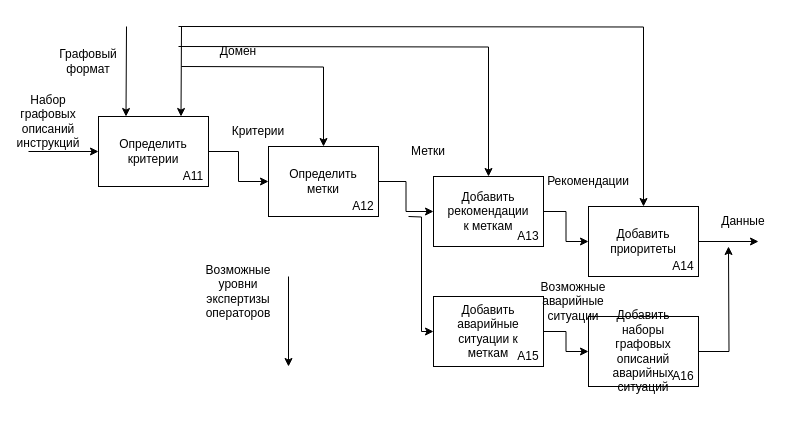
Earlier version of the draw.io diagram report/inc/img/idef_1x.drawio (Jarozin/diplom). Source tidied: cells renumbered, new cells numbered last; positions are measured from the earlier drawing's top-left corner, leaving out a move shared by most shapes. Both pictures are drawn from the tidied source at 100%, with x=0, y=0 at pixel (18, 26).
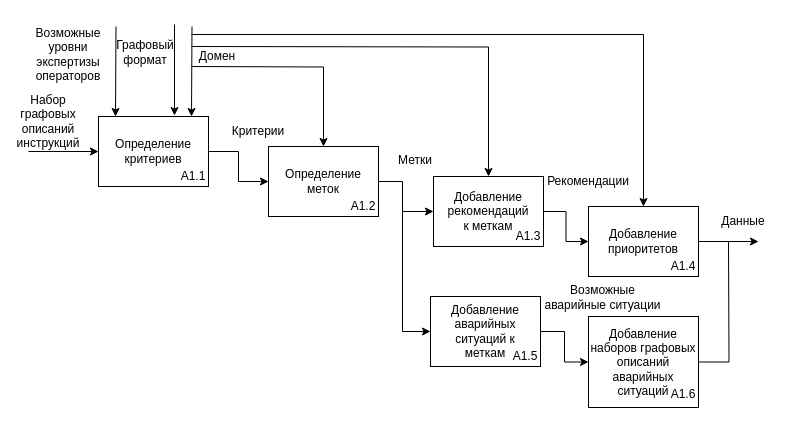
Above is the later version.

The change refers to these unchanged cells:
```xml
<mxCell id="2" style="group;" parent="1" vertex="1">
  <mxGeometry x="250" y="120" width="110" height="70" as="geometry" />
</mxCell>
<mxCell id="3" style="rounded=0;whiteSpace=wrap;html=1;" parent="2" vertex="1">
  <mxGeometry width="110" height="70" as="geometry" />
</mxCell>
<mxCell id="6" style="group;" parent="1" vertex="1">
  <mxGeometry x="80" y="90" width="110" height="70" as="geometry" />
</mxCell>
<mxCell id="7" style="rounded=0;whiteSpace=wrap;html=1;" parent="6" vertex="1">
  <mxGeometry width="110" height="70" as="geometry" />
</mxCell>
<mxCell id="20" style="group;" parent="1" vertex="1">
  <mxGeometry x="415" y="150" width="110" height="70" as="geometry" />
</mxCell>
<mxCell id="21" style="rounded=0;whiteSpace=wrap;html=1;" parent="20" vertex="1">
  <mxGeometry width="110" height="70" as="geometry" />
</mxCell>
<mxCell id="24" style="group;" parent="1" vertex="1">
  <mxGeometry x="570" y="180" width="110" height="70" as="geometry" />
</mxCell>
<mxCell id="25" style="rounded=0;whiteSpace=wrap;html=1;" parent="24" vertex="1">
  <mxGeometry width="110" height="70" as="geometry" />
</mxCell>
<mxCell id="29" style="rounded=0;whiteSpace=wrap;html=1;" parent="28" vertex="1">
  <mxGeometry width="110" height="70" as="geometry" />
</mxCell>
```

Change to the diagram source:
```diff
@@
-    <mxCell id="4" value="Определить метки" style="text;html=1;align=center;verticalAlign=middle;whiteSpace=wrap;rounded=0;" parent="2" vertex="1">
+    <mxCell id="4" value="Определение меток" style="text;html=1;align=center;verticalAlign=middle;whiteSpace=wrap;rounded=0;" parent="2" vertex="1">
       <mxGeometry x="25" y="20" width="60" height="30" as="geometry" />
     </mxCell>
-    <mxCell id="5" value="А12" style="text;html=1;align=center;verticalAlign=middle;whiteSpace=wrap;rounded=0;" parent="2" vertex="1">
+    <mxCell id="5" value="А1.2" style="text;html=1;align=center;verticalAlign=middle;whiteSpace=wrap;rounded=0;" parent="2" vertex="1">
       <mxGeometry x="80" y="50" width="30" height="20" as="geometry" />
     </mxCell>
@@
-    <mxCell id="8" value="Определить критерии" style="text;html=1;align=center;verticalAlign=middle;whiteSpace=wrap;rounded=0;" parent="6" vertex="1">
+    <mxCell id="8" value="Определение критериев" style="text;html=1;align=center;verticalAlign=middle;whiteSpace=wrap;rounded=0;" parent="6" vertex="1">
       <mxGeometry x="25" y="20" width="60" height="30" as="geometry" />
     </mxCell>
-    <mxCell id="9" value="А11" style="text;html=1;align=center;verticalAlign=middle;whiteSpace=wrap;rounded=0;" parent="6" vertex="1">
+    <mxCell id="9" value="А1.&lt;span style=&quot;background-color: transparent; color: light-dark(rgb(0, 0, 0), rgb(255, 255, 255));&quot;&gt;1&lt;/span&gt;" style="text;html=1;align=center;verticalAlign=middle;whiteSpace=wrap;rounded=0;" parent="6" vertex="1">
       <mxGeometry x="80" y="50" width="30" height="20" as="geometry" />
     </mxCell>
@@
     <mxCell id="13" style="endArrow=classic;html=1;rounded=0;exitX=1;exitY=0.5;exitDx=0;exitDy=0;entryX=0;entryY=0.5;entryDx=0;entryDy=0;edgeStyle=orthogonalEdgeStyle;" parent="1" edge="1" source="3" target="21">
-      <mxGeometry relative="1" as="geometry" />
+      <mxGeometry relative="1" as="geometry">
+        <Array as="points">
+          <mxPoint x="384" y="155" />
+          <mxPoint x="384" y="185" />
+        </Array>
+      </mxGeometry>
     </mxCell>
     <mxCell id="14" value="Метки" style="text;html=1;align=center;verticalAlign=middle;whiteSpace=wrap;rounded=0;" parent="1" vertex="1">
-      <mxGeometry x="380" y="110" width="60" height="30" as="geometry" />
+      <mxGeometry x="367" y="119" width="60" height="30" as="geometry" />
     </mxCell>
@@
-    <mxCell id="16" style="endArrow=classic;html=1;rounded=0;entryX=0.25;entryY=0;entryDx=0;entryDy=0;" parent="1" edge="1" target="7">
+    <mxCell id="16" style="endArrow=classic;html=1;rounded=0;entryX=0.25;entryY=0;entryDx=0;entryDy=0;" parent="1" edge="1">
       <mxGeometry relative="1" as="geometry">
-        <mxPoint x="108" as="sourcePoint" />
+        <mxPoint x="97.5" as="sourcePoint" />
+        <mxPoint x="97" y="90" as="targetPoint" />
       </mxGeometry>
     </mxCell>
-    <mxCell id="17" style="endArrow=classic;html=1;rounded=0;entryX=0.75;entryY=0;entryDx=0;entryDy=0;" parent="1" edge="1" target="7">
+    <mxCell id="17" style="endArrow=classic;html=1;rounded=0;entryX=0.75;entryY=0;entryDx=0;entryDy=0;" parent="1" edge="1">
       <mxGeometry relative="1" as="geometry">
-        <mxPoint x="163" as="sourcePoint" />
+        <mxPoint x="173.5" as="sourcePoint" />
+        <mxPoint x="173" y="90" as="targetPoint" />
       </mxGeometry>
     </mxCell>
     <mxCell id="18" value="Графовый формат" style="text;html=1;align=center;verticalAlign=middle;whiteSpace=wrap;rounded=0;" parent="1" vertex="1">
-      <mxGeometry x="40" y="20" width="60" height="30" as="geometry" />
+      <mxGeometry x="97" y="11" width="60" height="29" as="geometry" />
     </mxCell>
     <mxCell id="19" value="Домен" style="text;html=1;align=center;verticalAlign=middle;whiteSpace=wrap;rounded=0;" parent="1" vertex="1">
-      <mxGeometry x="190" y="10" width="60" height="30" as="geometry" />
+      <mxGeometry x="169" y="15" width="60" height="30" as="geometry" />
     </mxCell>
@@
-    <mxCell id="22" value="Добавить рекомендации к меткам" style="text;html=1;align=center;verticalAlign=middle;whiteSpace=wrap;rounded=0;" parent="20" vertex="1">
+    <mxCell id="22" value="Добавление рекомендаций к меткам" style="text;html=1;align=center;verticalAlign=middle;whiteSpace=wrap;rounded=0;" parent="20" vertex="1">
       <mxGeometry x="25" y="20" width="60" height="30" as="geometry" />
     </mxCell>
-    <mxCell id="23" value="А13" style="text;html=1;align=center;verticalAlign=middle;whiteSpace=wrap;rounded=0;" parent="20" vertex="1">
+    <mxCell id="23" value="А1.3" style="text;html=1;align=center;verticalAlign=middle;whiteSpace=wrap;rounded=0;" parent="20" vertex="1">
       <mxGeometry x="80" y="50" width="30" height="20" as="geometry" />
     </mxCell>
@@
-    <mxCell id="26" value="Добавить приоритеты" style="text;html=1;align=center;verticalAlign=middle;whiteSpace=wrap;rounded=0;" parent="24" vertex="1">
+    <mxCell id="26" value="Добавление приоритетов" style="text;html=1;align=center;verticalAlign=middle;whiteSpace=wrap;rounded=0;" parent="24" vertex="1">
       <mxGeometry x="25" y="20" width="60" height="30" as="geometry" />
     </mxCell>
-    <mxCell id="27" value="А14" style="text;html=1;align=center;verticalAlign=middle;whiteSpace=wrap;rounded=0;" parent="24" vertex="1">
+    <mxCell id="27" value="А1.4" style="text;html=1;align=center;verticalAlign=middle;whiteSpace=wrap;rounded=0;" parent="24" vertex="1">
       <mxGeometry x="80" y="50" width="30" height="20" as="geometry" />
     </mxCell>
     <mxCell id="28" style="group;" parent="1" vertex="1">
-      <mxGeometry x="415" y="270" width="110" height="70" as="geometry" />
+      <mxGeometry x="412" y="270" width="110" height="70" as="geometry" />
     </mxCell>
@@
-    <mxCell id="30" value="Добавить аварийные ситуации к меткам" style="text;html=1;align=center;verticalAlign=middle;whiteSpace=wrap;rounded=0;" parent="28" vertex="1">
+    <mxCell id="30" value="Добавление аварийных ситуаций к меткам" style="text;html=1;align=center;verticalAlign=middle;whiteSpace=wrap;rounded=0;" parent="28" vertex="1">
       <mxGeometry x="25" y="20" width="60" height="30" as="geometry" />
     </mxCell>
-    <mxCell id="31" value="А15" style="text;html=1;align=center;verticalAlign=middle;whiteSpace=wrap;rounded=0;" parent="28" vertex="1">
+    <mxCell id="31" value="А1.5" style="text;html=1;align=center;verticalAlign=middle;whiteSpace=wrap;rounded=0;" parent="28" vertex="1">
       <mxGeometry x="80" y="50" width="30" height="20" as="geometry" />
     </mxCell>
     <mxCell id="32" style="group;" parent="1" vertex="1">
-      <mxGeometry x="570" y="290" width="110" height="70" as="geometry" />
+      <mxGeometry x="570" y="290" width="110" height="91" as="geometry" />
     </mxCell>
     <mxCell id="33" style="rounded=0;whiteSpace=wrap;html=1;" parent="32" vertex="1">
-      <mxGeometry width="110" height="70" as="geometry" />
+      <mxGeometry width="110" height="91" as="geometry" />
     </mxCell>
-    <mxCell id="34" value="Добавить наборы графовых описаний аварийных ситуаций" style="text;html=1;align=center;verticalAlign=middle;whiteSpace=wrap;rounded=0;" parent="32" vertex="1">
-      <mxGeometry x="10" y="20" width="90" height="30" as="geometry" />
+    <mxCell id="34" value="Добавление наборов графовых описаний аварийных ситуаций" style="text;html=1;align=center;verticalAlign=middle;whiteSpace=wrap;rounded=0;" parent="32" vertex="1">
+      <mxGeometry x="1" y="26" width="108" height="39" as="geometry" />
     </mxCell>
-    <mxCell id="35" value="А16" style="text;html=1;align=center;verticalAlign=middle;whiteSpace=wrap;rounded=0;" parent="32" vertex="1">
-      <mxGeometry x="80" y="50" width="30" height="20" as="geometry" />
+    <mxCell id="35" value="А1.6" style="text;html=1;align=center;verticalAlign=middle;whiteSpace=wrap;rounded=0;" parent="32" vertex="1">
+      <mxGeometry x="80" y="65" width="30" height="26" as="geometry" />
     </mxCell>
     <mxCell id="36" style="endArrow=classic;html=1;rounded=0;entryX=0.5;entryY=0;entryDx=0;entryDy=0;edgeStyle=orthogonalEdgeStyle;" parent="1" edge="1" target="3">
       <mxGeometry relative="1" as="geometry">
-        <mxPoint x="163" y="40" as="sourcePoint" />
+        <mxPoint x="173" y="40" as="sourcePoint" />
       </mxGeometry>
     </mxCell>
@@
     <mxCell id="41" style="endArrow=classic;html=1;rounded=0;entryX=0;entryY=0.5;entryDx=0;entryDy=0;edgeStyle=orthogonalEdgeStyle;" parent="1" edge="1" target="29">
       <mxGeometry relative="1" as="geometry">
-        <mxPoint x="390" y="190" as="sourcePoint" />
+        <mxPoint x="388" y="185" as="sourcePoint" />
+        <Array as="points">
+          <mxPoint x="384" y="185" />
+          <mxPoint x="384" y="305" />
+        </Array>
       </mxGeometry>
     </mxCell>
@@
     <mxCell id="43" style="endArrow=classic;html=1;rounded=0;entryX=0.5;entryY=0;entryDx=0;entryDy=0;edgeStyle=orthogonalEdgeStyle;" parent="1" edge="1" target="21">
       <mxGeometry relative="1" as="geometry">
-        <mxPoint x="160" y="20" as="sourcePoint" />
+        <mxPoint x="173" y="20" as="sourcePoint" />
       </mxGeometry>
     </mxCell>
     <mxCell id="44" style="endArrow=classic;html=1;rounded=0;entryX=0.5;entryY=0;entryDx=0;entryDy=0;edgeStyle=orthogonalEdgeStyle;" parent="1" edge="1" target="25">
       <mxGeometry relative="1" as="geometry">
-        <mxPoint x="160" as="sourcePoint" />
+        <mxPoint x="173" y="8" as="sourcePoint" />
+        <Array as="points">
+          <mxPoint x="173" y="8" />
+          <mxPoint x="625" y="8" />
+        </Array>
       </mxGeometry>
     </mxCell>
-    <mxCell id="45" style="endArrow=classic;html=1;rounded=0;exitX=1;exitY=0.5;exitDx=0;exitDy=0;edgeStyle=orthogonalEdgeStyle;" parent="1" edge="1" source="33">
+    <mxCell id="45" style="endArrow=none;html=1;rounded=0;exitX=1;exitY=0.5;exitDx=0;exitDy=0;edgeStyle=orthogonalEdgeStyle;endFill=0;" parent="1" edge="1" source="33">
       <mxGeometry relative="1" as="geometry">
-        <mxPoint x="710" y="220" as="targetPoint" />
+        <mxPoint x="710" y="215" as="targetPoint" />
       </mxGeometry>
     </mxCell>
     <mxCell id="46" value="Возможные аварийные ситуации" style="text;html=1;align=center;verticalAlign=middle;whiteSpace=wrap;rounded=0;" parent="1" vertex="1">
-      <mxGeometry x="525" y="260" width="60" height="30" as="geometry" />
+      <mxGeometry x="524" y="256" width="121" height="30" as="geometry" />
     </mxCell>
     <mxCell id="47" style="endArrow=classic;html=1;rounded=0;entryX=0.5;entryY=0;entryDx=0;entryDy=0;" parent="1" edge="1">
       <mxGeometry relative="1" as="geometry">
-        <mxPoint x="270" y="250" as="sourcePoint" />
-        <mxPoint x="270" y="340" as="targetPoint" />
+        <mxPoint x="156" y="-2" as="sourcePoint" />
+        <mxPoint x="156" y="89" as="targetPoint" />
       </mxGeometry>
     </mxCell>
     <mxCell id="48" value="Возможные уровни экспертизы операторов" style="text;html=1;align=center;verticalAlign=middle;whiteSpace=wrap;rounded=0;" parent="1" vertex="1">
-      <mxGeometry x="190" y="250" width="60" height="30" as="geometry" />
+      <mxGeometry x="20" y="13" width="60" height="30" as="geometry" />
     </mxCell>
```
